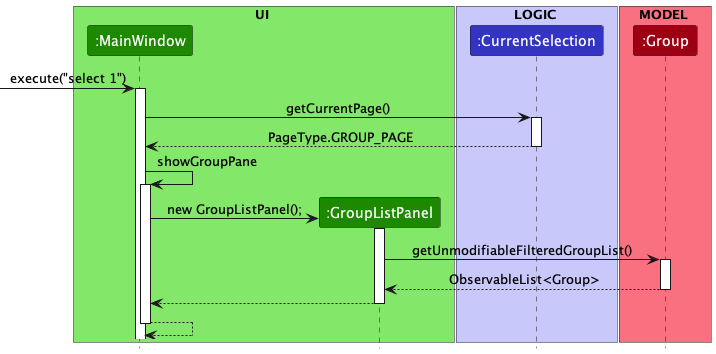
Above: docs/images/SelectSequenceDiagram.png in nus-cs2103-AY2223S2/tp (PlantUML), before the change.
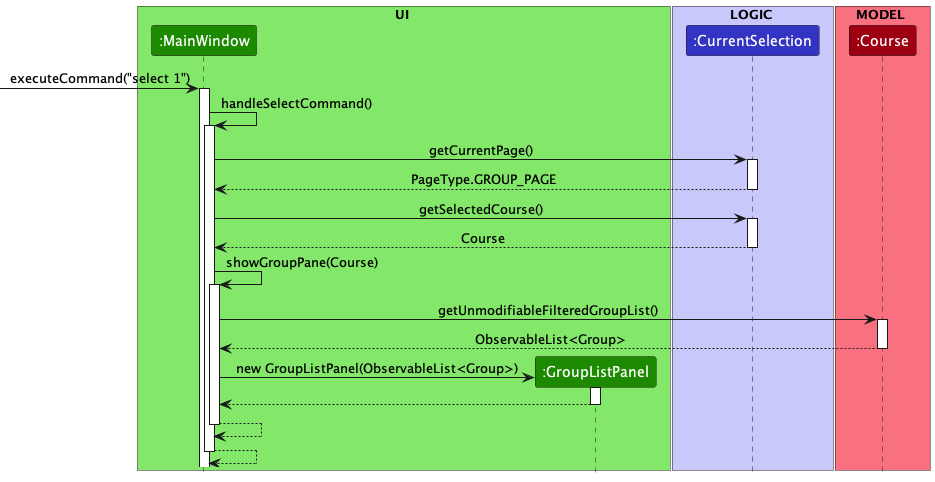
The same diagram one commit later.

Commit message:
Edit explanation for select command

The edit, as a diff of the source:
```diff
@@ -11,36 +11,46 @@
 end box
 
 box MODEL MODEL_COLOR_T1
-participant ":Group" as Group MODEL_COLOR
+participant ":Course" as Course MODEL_COLOR
 end box
 
-[-> MainWindow : execute("select 1")
+[-> MainWindow : executeCommand("select 1")
 activate MainWindow
 
+MainWindow -> MainWindow : handleSelectCommand()
+activate MainWindow
 MainWindow -> CurrentSelection : getCurrentPage()
 activate CurrentSelection
 
 CurrentSelection --> MainWindow : PageType.GROUP_PAGE
 deactivate CurrentSelection
 
+MainWindow -> CurrentSelection : getSelectedCourse()
+activate CurrentSelection
+CurrentSelection --> MainWindow : Course
+deactivate CurrentSelection
 
-MainWindow -> MainWindow : showGroupPane
+
+
+MainWindow -> MainWindow : showGroupPane(Course)
 activate MainWindow
 
+MainWindow -> Course : getUnmodifiableFilteredGroupList()
+activate Course
+Course --> MainWindow : ObservableList<Group>
+deactivate Course
+
+
 create GroupListPanel
-MainWindow -> GroupListPanel : new GroupListPanel();
+MainWindow -> GroupListPanel : new GroupListPanel(ObservableList<Group>)
+
 activate GroupListPanel
-
-GroupListPanel -> Group : getUnmodifiableFilteredGroupList()
-activate Group
-
-Group --> GroupListPanel : ObservableList<Group>
-deactivate Group
-
 GroupListPanel --> MainWindow
 deactivate GroupListPanel
 
 MainWindow --> MainWindow
 deactivate MainWindow
+MainWindow --> MainWindow
+deactivate MainWindow
 
 @enduml
```
